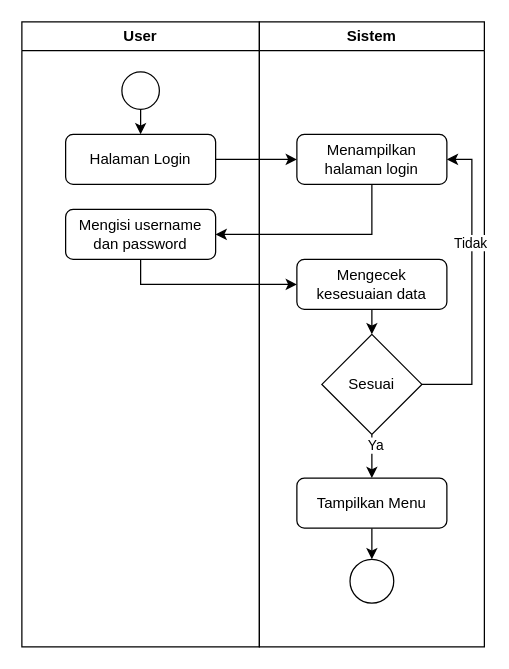
Above: Auth User.drawio in rizalpahlevii/activity-diagram (draw.io), before the change. Source tidied: cells renumbered, new cells numbered last; positions are measured from the earlier drawing's top-left corner, leaving out a move shared by most shapes. Both pictures are drawn from the tidied source at 125%, with x=0, y=0 at pixel (21, 21).
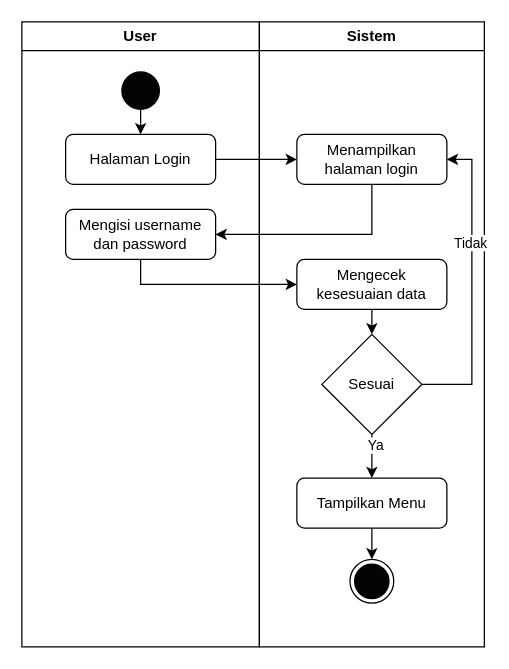
The same page after the edit.

The change refers to these unchanged cells:
```xml
<mxCell id="2" value="User" style="swimlane;whiteSpace=wrap;html=1;" parent="1" vertex="1">
  <mxGeometry width="190" height="500" as="geometry" />
</mxCell>
<mxCell id="7" value="Sistem" style="swimlane;whiteSpace=wrap;html=1;" parent="1" vertex="1">
  <mxGeometry x="190" width="180" height="500" as="geometry" />
</mxCell>
```

Change to the diagram source:
```diff
@@
-    <mxCell id="4" style="ellipse;whiteSpace=wrap;html=1;" parent="2" vertex="1">
+    <mxCell id="4" style="ellipse;whiteSpace=wrap;html=1;fillColor=#030303;" parent="2" vertex="1">
       <mxGeometry x="80" y="40" width="30" height="30" as="geometry" />
     </mxCell>
@@
-    <mxCell id="18" style="ellipse;whiteSpace=wrap;html=1;" parent="7" vertex="1">
+    <mxCell id="18" style="ellipse;whiteSpace=wrap;html=1;gradientColor=none;strokeColor=default;strokeWidth=1;" parent="7" vertex="1">
       <mxGeometry x="72.5" y="430" width="35" height="35" as="geometry" />
     </mxCell>
+    <mxCell id="22" style="ellipse;whiteSpace=wrap;html=1;fillColor=#030303;" parent="7" vertex="1">
+      <mxGeometry x="76.2" y="433.8" width="27.5" height="27.5" as="geometry" />
+    </mxCell>
```
